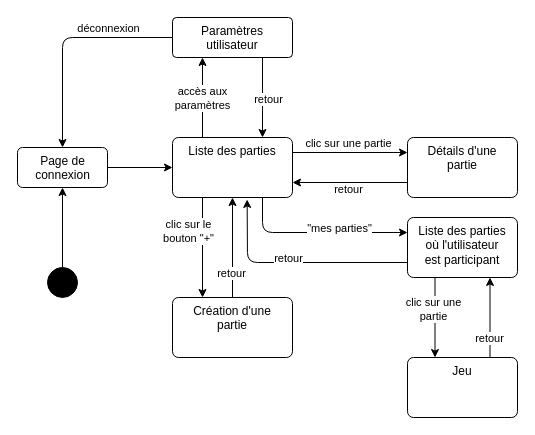
Before: documentation/client/navigation_client.drawio in gfhuth/werewolf, a draw.io diagram. Source tidied: cells renumbered, new cells numbered last; positions are measured from the earlier drawing's top-left corner, leaving out a move shared by most shapes. Both pictures are drawn from the tidied source at 100%, with x=0, y=0 at pixel (17, 17).
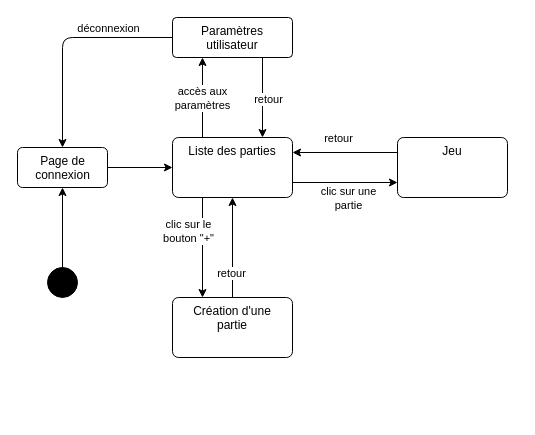
After the change.

Unchanged cells that the change refers to:
```xml
<mxCell id="12" value="Liste des parties" style="whiteSpace=wrap;html=1;verticalAlign=top;fillColor=default;rounded=1;arcSize=10;dashed=0;" parent="1" vertex="1">
  <mxGeometry x="155" y="120" width="120" height="60" as="geometry" />
</mxCell>
```

The edit, as a diff of the source:
```diff
@@
-    <mxCell id="6" style="edgeStyle=none;html=1;exitX=1;exitY=0.25;exitDx=0;exitDy=0;entryX=0;entryY=0.25;entryDx=0;entryDy=0;" parent="1" edge="1" source="12" target="20">
-      <mxGeometry relative="1" as="geometry" />
-    </mxCell>
-    <mxCell id="7" value="clic sur une partie" style="edgeLabel;html=1;align=center;verticalAlign=middle;" parent="6" vertex="1">
-      <mxGeometry x="-0.25" y="-1" relative="1" as="geometry">
-        <mxPoint x="12" y="-11" as="offset" />
-      </mxGeometry>
-    </mxCell>
-    <mxCell id="8" style="edgeStyle=none;html=1;exitX=0.75;exitY=1;exitDx=0;exitDy=0;entryX=0;entryY=0.25;entryDx=0;entryDy=0;" parent="1" edge="1" source="12" target="25">
-      <mxGeometry relative="1" as="geometry">
-        <Array as="points">
-          <mxPoint x="245" y="215" />
-        </Array>
-      </mxGeometry>
-    </mxCell>
-    <mxCell id="9" value="&quot;mes parties&quot;" style="edgeLabel;html=1;align=center;verticalAlign=middle;" parent="8" vertex="1">
-      <mxGeometry x="-0.27" relative="1" as="geometry">
-        <mxPoint x="45" y="-5" as="offset" />
-      </mxGeometry>
-    </mxCell>
@@
-    <mxCell id="18" style="edgeStyle=none;html=1;exitX=0;exitY=0.75;exitDx=0;exitDy=0;entryX=1;entryY=0.75;entryDx=0;entryDy=0;" parent="1" edge="1" source="20" target="12">
-      <mxGeometry relative="1" as="geometry" />
-    </mxCell>
-    <mxCell id="19" value="retour" style="edgeLabel;html=1;align=center;verticalAlign=middle;" parent="18" vertex="1">
-      <mxGeometry x="0.47" y="2" relative="1" as="geometry">
-        <mxPoint x="25" y="4" as="offset" />
-      </mxGeometry>
-    </mxCell>
-    <mxCell id="20" value="Détails d'une&lt;br&gt;partie" style="whiteSpace=wrap;html=1;verticalAlign=top;fillColor=default;rounded=1;arcSize=10;dashed=0;" parent="1" vertex="1">
-      <mxGeometry x="390" y="120" width="110" height="60" as="geometry" />
-    </mxCell>
-    <mxCell id="21" style="edgeStyle=none;html=1;exitX=0;exitY=0.75;exitDx=0;exitDy=0;entryX=0.622;entryY=1.033;entryDx=0;entryDy=0;entryPerimeter=0;" parent="1" edge="1" source="25" target="12">
-      <mxGeometry relative="1" as="geometry">
-        <Array as="points">
-          <mxPoint x="230" y="245" />
-        </Array>
-      </mxGeometry>
-    </mxCell>
-    <mxCell id="22" value="retour&lt;br&gt;" style="edgeLabel;html=1;align=center;verticalAlign=middle;" parent="21" vertex="1">
-      <mxGeometry x="0.04" y="-1" relative="1" as="geometry">
-        <mxPoint x="-4" y="-4" as="offset" />
-      </mxGeometry>
-    </mxCell>
-    <mxCell id="23" style="edgeStyle=none;html=1;exitX=0.25;exitY=1;exitDx=0;exitDy=0;entryX=0.25;entryY=0;entryDx=0;entryDy=0;" parent="1" edge="1" source="25" target="32">
+    <mxCell id="23" style="edgeStyle=none;html=1;exitX=1;exitY=0.75;exitDx=0;exitDy=0;entryX=0;entryY=0.75;entryDx=0;entryDy=0;" parent="1" edge="1" source="12" target="32">
       <mxGeometry relative="1" as="geometry" />
     </mxCell>
     <mxCell id="24" value="clic sur une&lt;br&gt;partie" style="edgeLabel;html=1;align=center;verticalAlign=middle;" parent="23" vertex="1">
-      <mxGeometry x="-0.23" y="-2" relative="1" as="geometry" />
+      <mxGeometry x="-0.23" y="-2" relative="1" as="geometry">
+        <mxPoint x="15" y="13" as="offset" />
+      </mxGeometry>
     </mxCell>
-    <mxCell id="25" value="Liste des parties&lt;br&gt;où l'utilisateur&lt;br&gt;est participant" style="whiteSpace=wrap;html=1;verticalAlign=top;fillColor=default;rounded=1;arcSize=10;dashed=0;" parent="1" vertex="1">
-      <mxGeometry x="390" y="200" width="110" height="60" as="geometry" />
-    </mxCell>
@@
-    <mxCell id="30" style="edgeStyle=none;html=1;exitX=0.75;exitY=0;exitDx=0;exitDy=0;entryX=0.75;entryY=1;entryDx=0;entryDy=0;" parent="1" edge="1" source="32" target="25">
+    <mxCell id="30" style="edgeStyle=none;html=1;exitX=0;exitY=0.25;exitDx=0;exitDy=0;entryX=1;entryY=0.25;entryDx=0;entryDy=0;" parent="1" edge="1" source="32" target="12">
       <mxGeometry relative="1" as="geometry" />
     </mxCell>
     <mxCell id="31" value="retour" style="edgeLabel;html=1;align=center;verticalAlign=middle;" parent="30" vertex="1">
       <mxGeometry x="0.27" y="1" relative="1" as="geometry">
-        <mxPoint y="31" as="offset" />
+        <mxPoint x="7" y="-16" as="offset" />
       </mxGeometry>
     </mxCell>
     <mxCell id="32" value="Jeu" style="whiteSpace=wrap;html=1;verticalAlign=top;fillColor=default;rounded=1;arcSize=10;dashed=0;" parent="1" vertex="1">
-      <mxGeometry x="390" y="340" width="110" height="60" as="geometry" />
+      <mxGeometry x="380" y="120" width="110" height="60" as="geometry" />
     </mxCell>
```
